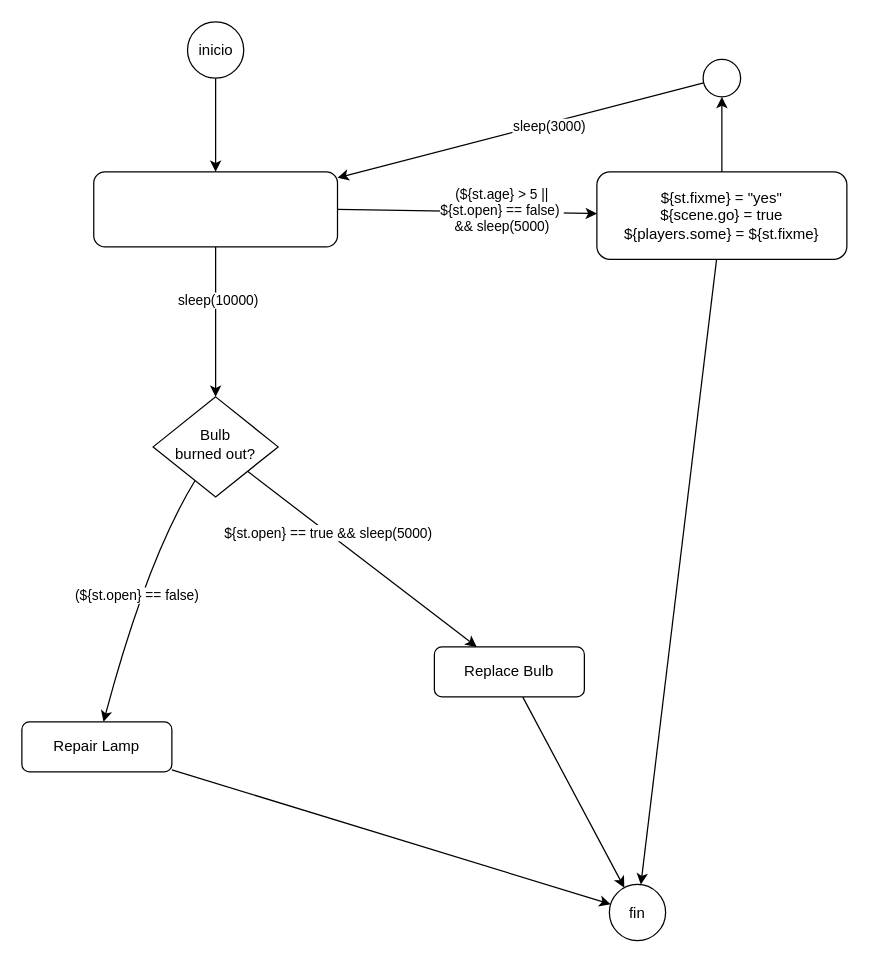
This is data/ue/scenes/barla20.drawio from ejfdelgado/ejflab, a draw.io file, before an edit. Source tidied: cells renumbered, new cells numbered last; positions are measured from the earlier drawing's top-left corner, leaving out a move shared by most shapes. Both pictures are drawn from the tidied source at 125%, with x=0, y=0 at pixel (21, 21).
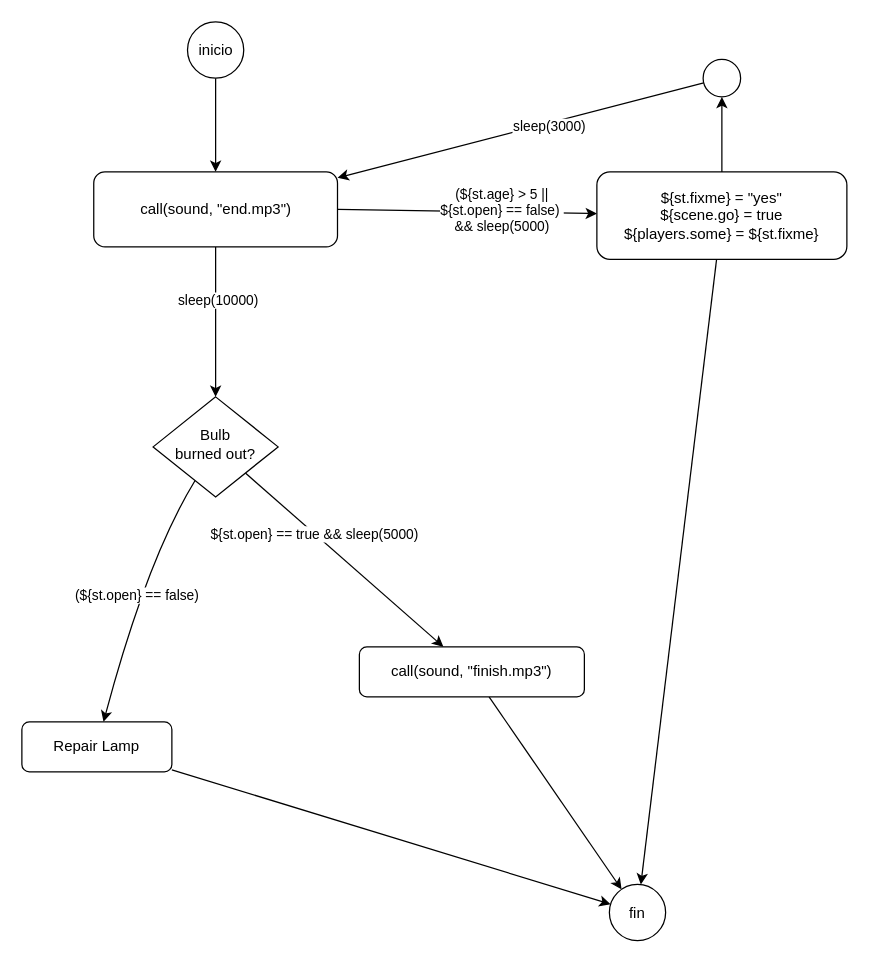
Above is the later version.

Change to the diagram source:
```diff
@@
-    <mxCell id="16" value="Replace Bulb" style="rounded=1;whiteSpace=wrap;html=1;fontSize=12;glass=0;strokeWidth=1;shadow=0;" parent="1" vertex="1">
-      <mxGeometry x="330" y="500" width="120" height="40" as="geometry" />
+    <mxCell id="16" value="call(sound, &quot;finish.mp3&quot;)" style="rounded=1;whiteSpace=wrap;html=1;fontSize=12;glass=0;strokeWidth=1;shadow=0;" parent="1" vertex="1">
+      <mxGeometry x="270" y="500" width="180" height="40" as="geometry" />
     </mxCell>
@@
-    <mxCell id="19" style="rounded=1;whiteSpace=wrap;html=1;" parent="1" vertex="1">
+    <mxCell id="19" value="call(sound, &quot;end.mp3&quot;)" style="rounded=1;whiteSpace=wrap;html=1;" parent="1" vertex="1">
       <mxGeometry x="57.5" y="120" width="195" height="60" as="geometry" />
     </mxCell>
```
